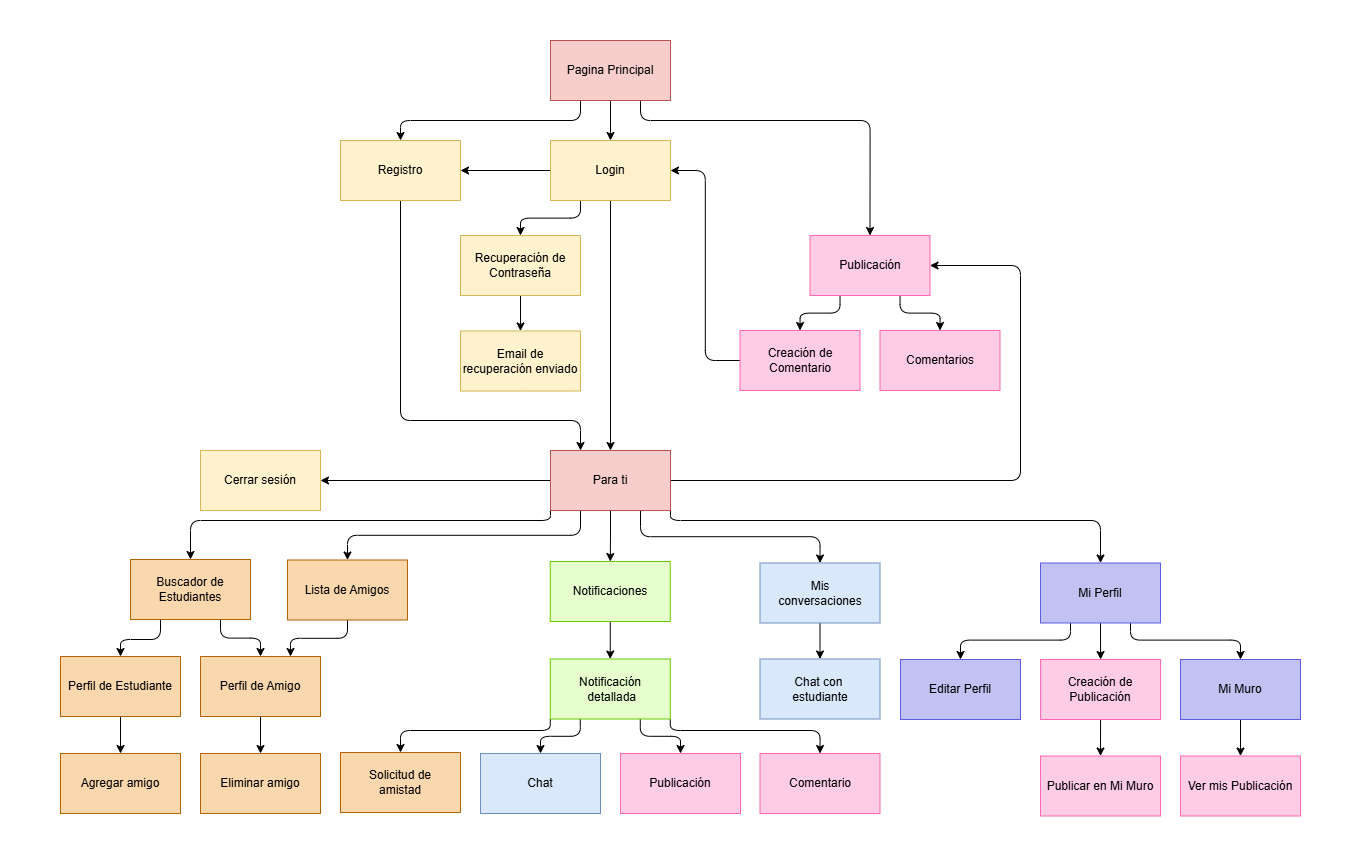
The draw.io diagram doc/NavigationMap.png in Jcova2003/Proyecto-ATI-Grupo-5, before a commit. Source tidied: cells renumbered, new cells last; positions are measured from the earlier drawing's top-left corner, leaving out a move shared by most shapes.
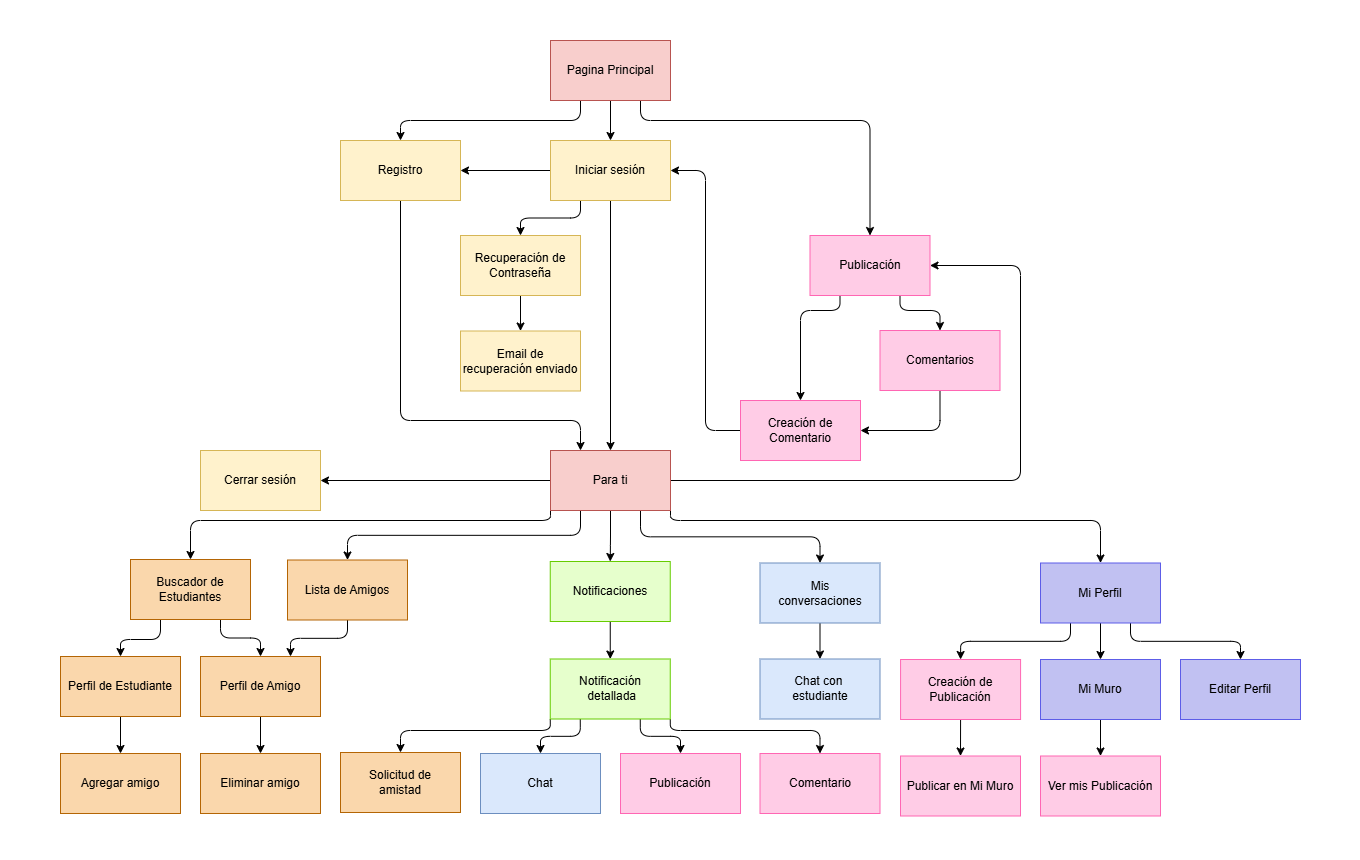
After the change.

Commit message:
Arreglos a mapa de navegación

Diff of the diagram source:
```diff
@@ -14,7 +14,7 @@
     <mxCell id="5" style="edgeStyle=orthogonalEdgeStyle;html=1;exitX=0.5;exitY=1;exitDx=0;exitDy=0;entryX=0.5;entryY=0;entryDx=0;entryDy=0;rounded=1;curved=0;" parent="1" edge="1" source="6" target="44">
       <mxGeometry relative="1" as="geometry" />
     </mxCell>
-    <mxCell id="6" value="Login" style="rounded=0;whiteSpace=wrap;html=1;fillColor=#fff2cc;strokeColor=#d6b656;" parent="1" vertex="1">
+    <mxCell id="6" value="Iniciar sesión" style="rounded=0;whiteSpace=wrap;html=1;fillColor=#fff2cc;strokeColor=#d6b656;" parent="1" vertex="1">
       <mxGeometry x="550" y="140" width="120" height="60" as="geometry" />
     </mxCell>
     <mxCell id="7" style="edgeStyle=orthogonalEdgeStyle;html=1;exitX=0.5;exitY=1;exitDx=0;exitDy=0;entryX=0.25;entryY=0;entryDx=0;entryDy=0;rounded=1;curved=0;" parent="1" edge="1" source="8" target="44">
@@ -51,31 +51,24 @@
     <mxCell id="14" value="Pagina Principal" style="whiteSpace=wrap;html=1;fillColor=#f8cecc;strokeColor=#b85450;" parent="1" vertex="1">
       <mxGeometry x="550" y="40" width="120" height="60" as="geometry" />
     </mxCell>
+    <mxCell id="17" style="edgeStyle=orthogonalEdgeStyle;html=1;exitX=0.25;exitY=1;exitDx=0;exitDy=0;entryX=0.5;entryY=0;entryDx=0;entryDy=0;" parent="1" edge="1" source="18" target="22">
+      <mxGeometry relative="1" as="geometry" />
+    </mxCell>
-    <mxCell id="15" style="edgeStyle=orthogonalEdgeStyle;rounded=1;jettySize=auto;html=1;exitX=0.75;exitY=1;exitDx=0;exitDy=0;entryX=0.5;entryY=0;entryDx=0;entryDy=0;curved=0;" parent="1" edge="1" source="18" target="48">
-      <mxGeometry relative="1" as="geometry">
-        <Array as="points">
-          <mxPoint x="1130" y="639.5" />
-          <mxPoint x="1240" y="639.5" />
-        </Array>
-      </mxGeometry>
+    <mxCell id="15" style="edgeStyle=orthogonalEdgeStyle;html=1;exitX=0.5;exitY=1;exitDx=0;exitDy=0;entryX=0.5;entryY=0;entryDx=0;entryDy=0;" parent="1" edge="1" source="18" target="48">
+      <mxGeometry relative="1" as="geometry" />
     </mxCell>
-    <mxCell id="16" style="edgeStyle=orthogonalEdgeStyle;rounded=1;jettySize=auto;html=1;exitX=0.25;exitY=1;exitDx=0;exitDy=0;entryX=0.5;entryY=0;entryDx=0;entryDy=0;curved=0;" parent="1" edge="1" source="18" target="19">
-      <mxGeometry relative="1" as="geometry">
-        <Array as="points">
-          <mxPoint x="1070" y="639.5" />
-          <mxPoint x="960" y="639.5" />
-        </Array>
-      </mxGeometry>
+    <mxCell id="16" style="edgeStyle=orthogonalEdgeStyle;html=1;exitX=0.75;exitY=1;exitDx=0;exitDy=0;entryX=0.5;entryY=0;entryDx=0;entryDy=0;" parent="1" edge="1" source="18" target="19">
+      <mxGeometry relative="1" as="geometry" />
     </mxCell>
-    <mxCell id="17" style="edgeStyle=orthogonalEdgeStyle;rounded=1;jettySize=auto;html=1;exitX=0.5;exitY=1;exitDx=0;exitDy=0;entryX=0.5;entryY=0;entryDx=0;entryDy=0;curved=0;" parent="1" edge="1" source="18" target="22">
-      <mxGeometry relative="1" as="geometry" />
-    </mxCell>
     <mxCell id="18" value="Mi Perfil" style="whiteSpace=wrap;html=1;fillColor=#C1C1F2;strokeColor=#5D5DE8;" parent="1" vertex="1">
       <mxGeometry x="1040" y="562.5" width="120" height="60" as="geometry" />
     </mxCell>
     <mxCell id="19" value="Editar Perfil" style="whiteSpace=wrap;html=1;fillColor=#C1C1F2;strokeColor=#5D5DE8;" parent="1" vertex="1">
-      <mxGeometry x="900" y="659" width="120" height="60" as="geometry" />
+      <mxGeometry x="1180" y="659" width="120" height="60" as="geometry" />
     </mxCell>
+    <mxCell id="67" style="edgeStyle=orthogonalEdgeStyle;html=1;exitX=0.5;exitY=1;exitDx=0;exitDy=0;entryX=1;entryY=0.5;entryDx=0;entryDy=0;" parent="1" edge="1" source="20" target="35">
+      <mxGeometry relative="1" as="geometry" />
+    </mxCell>
     <mxCell id="20" value="Comentarios" style="whiteSpace=wrap;html=1;fillColor=#FFCCE6;strokeColor=#FF66B3;" parent="1" vertex="1">
       <mxGeometry x="879.5" y="330" width="120" height="60" as="geometry" />
     </mxCell>
@@ -83,7 +76,7 @@
       <mxGeometry relative="1" as="geometry" />
     </mxCell>
     <mxCell id="22" value="Creación de Publicación" style="whiteSpace=wrap;html=1;fillColor=#FFCCE6;strokeColor=#FF66B3;" parent="1" vertex="1">
-      <mxGeometry x="1040.1" y="659" width="120" height="60" as="geometry" />
+      <mxGeometry x="900.1" y="659" width="120" height="60" as="geometry" />
     </mxCell>
     <mxCell id="23" style="edgeStyle=orthogonalEdgeStyle;html=1;exitX=0.5;exitY=1;exitDx=0;exitDy=0;entryX=0.75;entryY=0;entryDx=0;entryDy=0;rounded=1;curved=0;" parent="1" edge="1" source="24" target="26">
       <mxGeometry relative="1" as="geometry" />
@@ -98,10 +91,20 @@
       <mxGeometry x="200" y="656" width="120" height="60" as="geometry" />
     </mxCell>
     <mxCell id="27" style="edgeStyle=orthogonalEdgeStyle;html=1;exitX=0.25;exitY=1;exitDx=0;exitDy=0;entryX=0.5;entryY=0;entryDx=0;entryDy=0;rounded=1;curved=0;" parent="1" edge="1" source="29" target="35">
-      <mxGeometry relative="1" as="geometry" />
+      <mxGeometry relative="1" as="geometry">
+        <Array as="points">
+          <mxPoint x="839" y="310" />
+          <mxPoint x="800" y="310" />
+        </Array>
+      </mxGeometry>
     </mxCell>
     <mxCell id="28" style="edgeStyle=orthogonalEdgeStyle;html=1;exitX=0.75;exitY=1;exitDx=0;exitDy=0;entryX=0.5;entryY=0;entryDx=0;entryDy=0;rounded=1;curved=0;" parent="1" edge="1" source="29" target="20">
-      <mxGeometry relative="1" as="geometry" />
+      <mxGeometry relative="1" as="geometry">
+        <Array as="points">
+          <mxPoint x="899" y="310" />
+          <mxPoint x="939" y="310" />
+        </Array>
+      </mxGeometry>
     </mxCell>
     <mxCell id="29" value="Publicación" style="whiteSpace=wrap;html=1;fillColor=#FFCCE6;strokeColor=#FF66B3;" parent="1" vertex="1">
       <mxGeometry x="809.5" y="235" width="120" height="60" as="geometry" />
@@ -122,7 +125,7 @@
       <mxGeometry relative="1" as="geometry" />
     </mxCell>
     <mxCell id="35" value="Creación de Comentario" style="whiteSpace=wrap;html=1;fillColor=#FFCCE6;strokeColor=#FF66B3;" parent="1" vertex="1">
-      <mxGeometry x="739.5" y="330" width="120" height="60" as="geometry" />
+      <mxGeometry x="740" y="400" width="120" height="60" as="geometry" />
     </mxCell>
     <mxCell id="36" value="Agregar amigo" style="whiteSpace=wrap;html=1;fillColor=#fad7ac;strokeColor=#b46504;" parent="1" vertex="1">
       <mxGeometry x="60" y="753" width="120" height="60" as="geometry" />
@@ -176,7 +179,7 @@
       <mxGeometry relative="1" as="geometry" />
     </mxCell>
     <mxCell id="48" value="Mi Muro" style="whiteSpace=wrap;html=1;fillColor=#C1C1F2;strokeColor=#5D5DE8;" parent="1" vertex="1">
-      <mxGeometry x="1180" y="659" width="120" height="60" as="geometry" />
+      <mxGeometry x="1040" y="659" width="120" height="60" as="geometry" />
     </mxCell>
     <mxCell id="49" style="edgeStyle=orthogonalEdgeStyle;rounded=1;jettySize=auto;html=1;exitX=0.5;exitY=1;exitDx=0;exitDy=0;entryX=0.5;entryY=0;entryDx=0;entryDy=0;curved=0;" parent="1" edge="1" source="50" target="55">
       <mxGeometry relative="1" as="geometry" />
@@ -216,10 +219,10 @@
       <mxGeometry x="759.5" y="753" width="120" height="60" as="geometry" />
     </mxCell>
     <mxCell id="58" value="Publicar en Mi Muro" style="whiteSpace=wrap;html=1;fillColor=#FFCCE6;strokeColor=#FF66B3;" parent="1" vertex="1">
-      <mxGeometry x="1040" y="755.5" width="120" height="60" as="geometry" />
+      <mxGeometry x="900" y="755.5" width="120" height="60" as="geometry" />
     </mxCell>
     <mxCell id="59" value="Ver mis Publicación" style="whiteSpace=wrap;html=1;fillColor=#FFCCE6;strokeColor=#FF66B3;" parent="1" vertex="1">
-      <mxGeometry x="1180" y="755.5" width="120" height="60" as="geometry" />
+      <mxGeometry x="1040" y="755.5" width="120" height="60" as="geometry" />
     </mxCell>
     <mxCell id="60" value="Cerrar sesión" style="rounded=0;whiteSpace=wrap;html=1;fillColor=#fff2cc;strokeColor=#d6b656;" parent="1" vertex="1">
       <mxGeometry x="200" y="450" width="120" height="60" as="geometry" />
```
